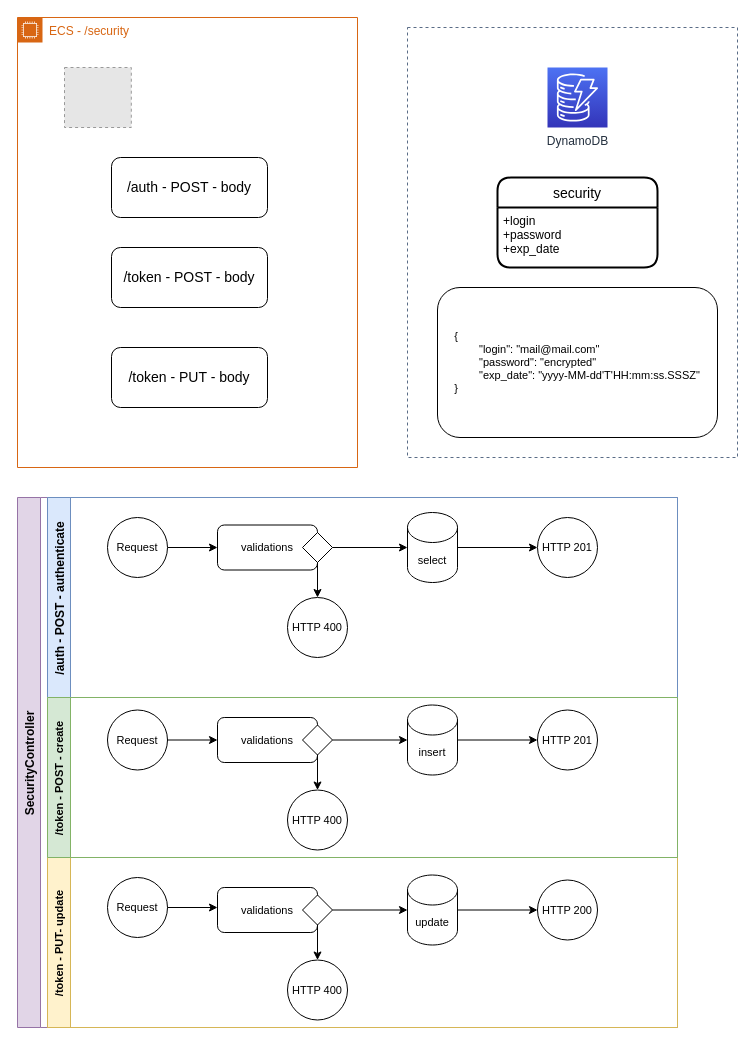
Before: page "microservice - security" (4 of 6) of ecommerce/ecommerce.drawio in ronaldoronie-builders/drawio, a draw.io diagram. Source tidied: cells renumbered, new cells numbered last; positions are measured from the earlier drawing's top-left corner, leaving out a move shared by most shapes. Both pictures are drawn from the tidied source at 100%, with x=0, y=0 at pixel (17, 17). Pictures stored in the file or linked from it are replaced by grey dashed boxes.
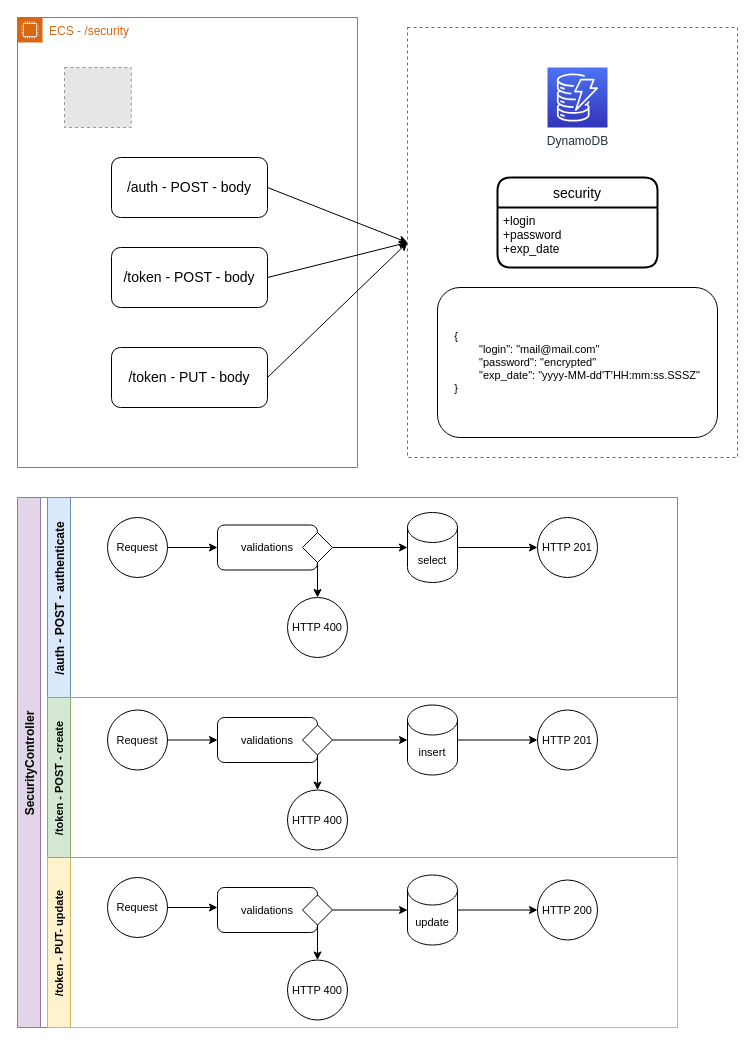
After the change.

The change refers to these unchanged cells:
```xml
<mxCell id="2" style="fillColor=none;strokeColor=#5A6C86;dashed=1;verticalAlign=top;fontStyle=0;fontColor=#5A6C86;fontSize=11;" parent="1" vertex="1">
  <mxGeometry x="390" y="10" width="330" height="430" as="geometry" />
</mxCell>
<mxCell id="5" value="/auth - POST - body" style="rounded=1;whiteSpace=wrap;html=1;fontSize=14;" parent="3" vertex="1">
  <mxGeometry x="94" y="140" width="156" height="60" as="geometry" />
</mxCell>
<mxCell id="6" value="/token - POST - body" style="rounded=1;whiteSpace=wrap;html=1;fontSize=14;" parent="3" vertex="1">
  <mxGeometry x="94" y="230" width="156" height="60" as="geometry" />
</mxCell>
<mxCell id="7" value="/token - PUT - body" style="rounded=1;whiteSpace=wrap;html=1;fontSize=14;" parent="3" vertex="1">
  <mxGeometry x="94" y="330" width="156" height="60" as="geometry" />
</mxCell>
```

The edit, as a diff of the source:
```diff
@@
+    <mxCell id="48" style="endArrow=classic;html=1;rounded=0;exitX=1;exitY=0.5;exitDx=0;exitDy=0;entryX=0;entryY=0.5;entryDx=0;entryDy=0;" parent="1" edge="1" source="5" target="2">
+      <mxGeometry relative="1" as="geometry" />
+    </mxCell>
+    <mxCell id="49" style="endArrow=classic;html=1;rounded=0;exitX=1;exitY=0.5;exitDx=0;exitDy=0;entryX=0;entryY=0.5;entryDx=0;entryDy=0;" parent="1" edge="1" source="6" target="2">
+      <mxGeometry relative="1" as="geometry" />
+    </mxCell>
+    <mxCell id="50" style="endArrow=classic;html=1;rounded=0;exitX=1;exitY=0.5;exitDx=0;exitDy=0;entryX=0;entryY=0.5;entryDx=0;entryDy=0;" parent="1" edge="1" source="7" target="2">
+      <mxGeometry relative="1" as="geometry" />
+    </mxCell>
```
